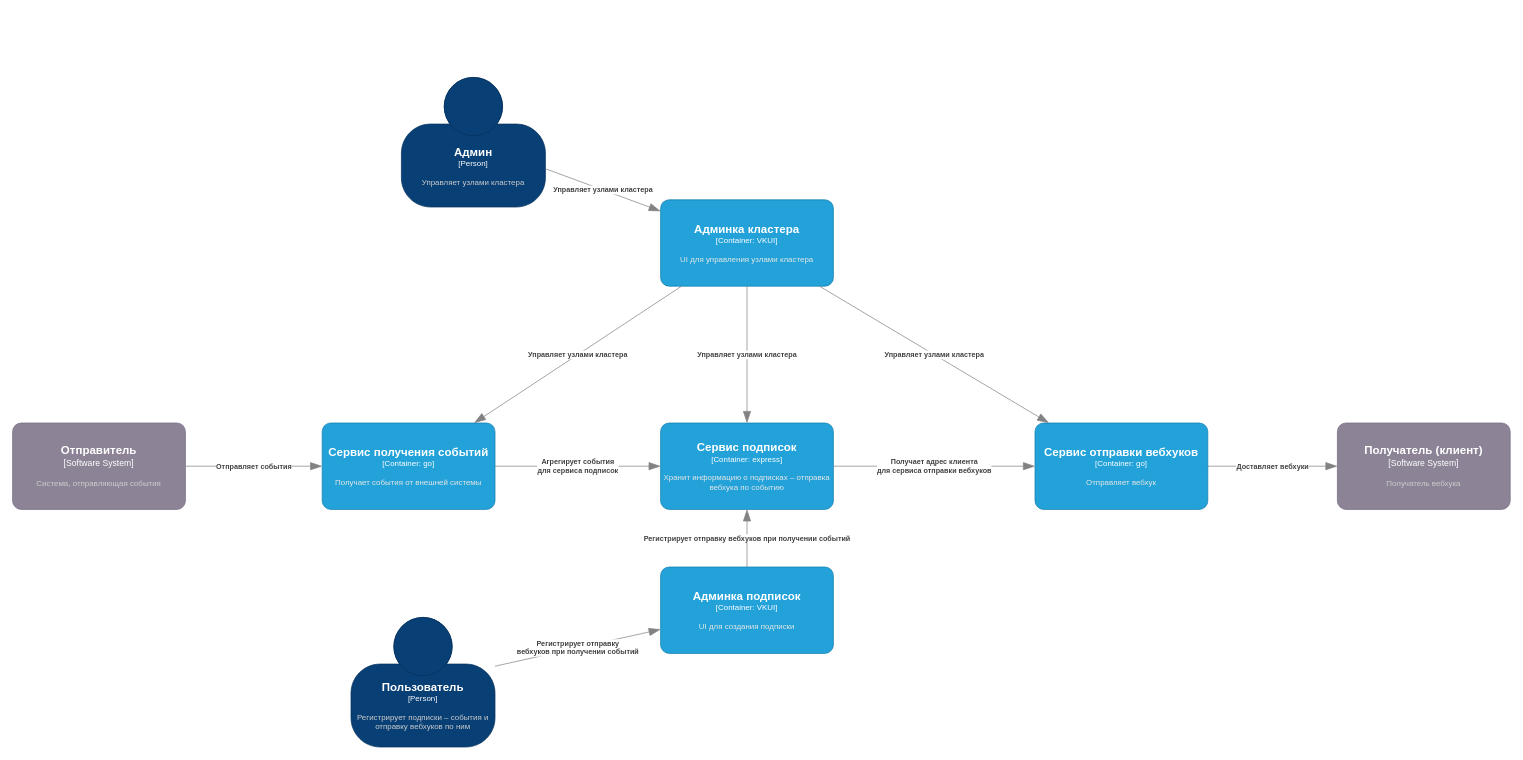
The draw.io diagram docs/container/c4-container.drawio in dws-1-2026-green/wiki, before the edit. Source tidied: cells renumbered, new cells numbered last; positions are measured from the earlier drawing's top-left corner, leaving out a move shared by most shapes. Both pictures are drawn from the tidied source at 72%, with x=0, y=0 at pixel (12, 77).
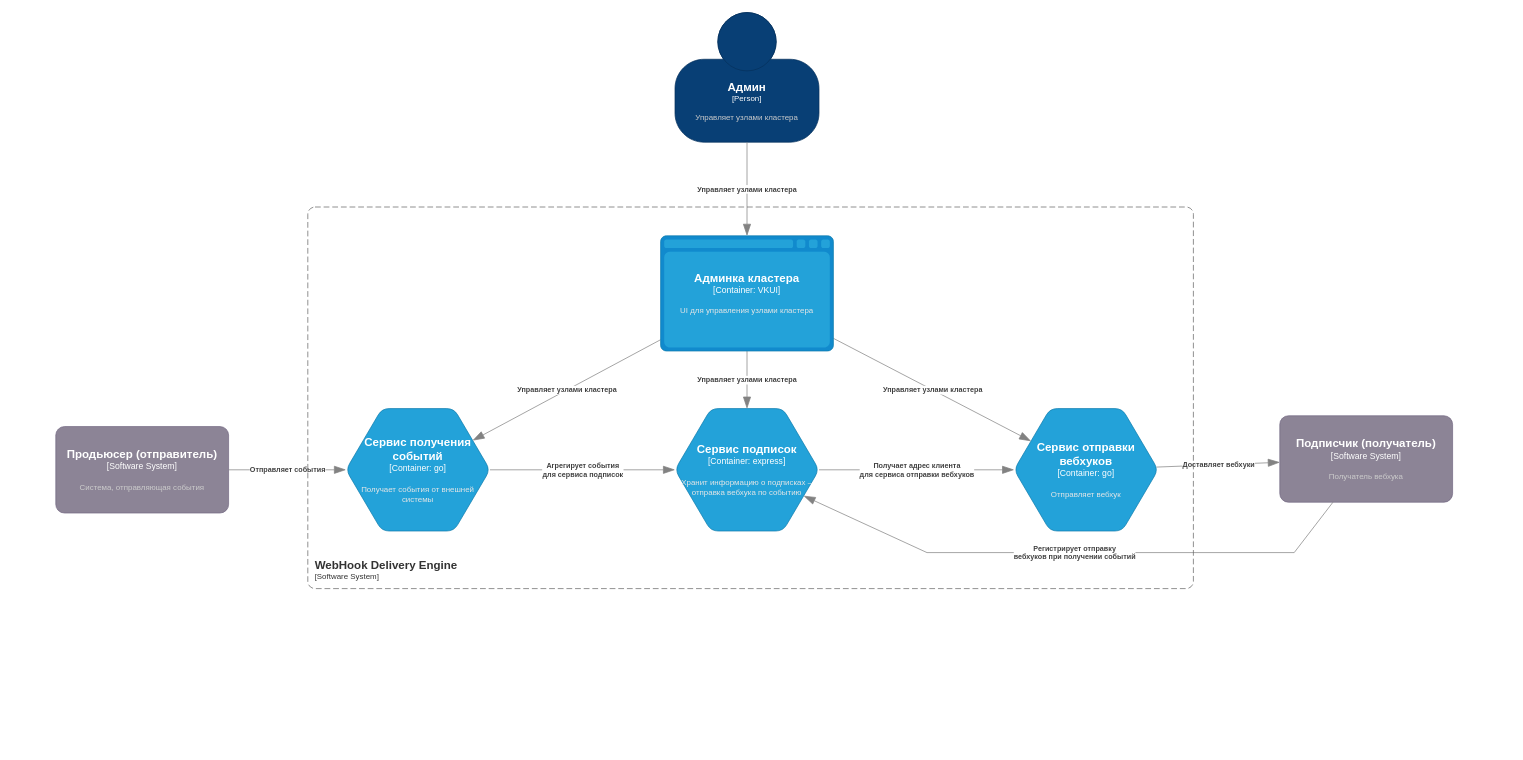
The same page after the edit.

Commit message:
Update C4 Container diagram (#19)

* use apropriate elements for diagram

* remove subscription management ui from system container diagram

* move admin panel into system boundary

The edit, as a diff of the source:
```diff
@@
-    <object id="2" label="&lt;font style=&quot;font-size: 16px&quot;&gt;&lt;b&gt;%c4Name%&lt;/b&gt;&lt;/font&gt;&lt;div&gt;[%c4Type%]&lt;/div&gt;&lt;br&gt;&lt;div&gt;&lt;font style=&quot;font-size: 11px&quot;&gt;&lt;font color=&quot;#cccccc&quot;&gt;%c4Description%&lt;/font&gt;&lt;/div&gt;" c4Description="Регистрирует подписки – события и отправку вебхуков по ним" c4Name="Пользователь" c4Type="Person" placeholders="1">
-      <mxCell style="html=1;fontSize=11;dashed=0;whiteSpace=wrap;fillColor=#083F75;strokeColor=#06315C;fontColor=#ffffff;shape=mxgraph.c4.person2;align=center;points=[[0.5,0,0],[1,0.5,0],[1,0.75,0],[0.75,1,0],[0.5,1,0],[0.25,1,0],[0,0.75,0],[0,0.5,0]];" parent="1" vertex="1">
-        <mxGeometry x="470" y="750" width="200" height="180" as="geometry" />
-      </mxCell>
-    </object>
     <object id="3" label="&lt;font style=&quot;font-size: 16px&quot;&gt;&lt;b&gt;%c4Name%&lt;/b&gt;&lt;/font&gt;&lt;div&gt;[%c4Type%]&lt;/div&gt;&lt;br&gt;&lt;div&gt;&lt;font style=&quot;font-size: 11px&quot;&gt;&lt;font color=&quot;#cccccc&quot;&gt;%c4Description%&lt;/font&gt;&lt;/div&gt;" c4Description="Управляет узлами кластера" c4Name="Админ" c4Type="Person" placeholders="1">
       <mxCell style="html=1;fontSize=11;dashed=0;whiteSpace=wrap;fillColor=#083F75;strokeColor=#06315C;fontColor=#ffffff;shape=mxgraph.c4.person2;align=center;points=[[0.5,0,0],[1,0.5,0],[1,0.75,0],[0.75,1,0],[0.5,1,0],[0.25,1,0],[0,0.75,0],[0,0.5,0]];" parent="1" vertex="1">
-        <mxGeometry x="540" width="200" height="180" as="geometry" />
+        <mxGeometry x="920" y="-90" width="200" height="180" as="geometry" />
       </mxCell>
     </object>
-    <object id="4" label="&lt;font style=&quot;font-size: 16px&quot;&gt;&lt;b&gt;%c4Name%&lt;/b&gt;&lt;/font&gt;&lt;div&gt;[%c4Type%]&lt;/div&gt;&lt;br&gt;&lt;div&gt;&lt;font style=&quot;font-size: 11px&quot;&gt;&lt;font color=&quot;#cccccc&quot;&gt;%c4Description%&lt;/font&gt;&lt;/div&gt;" c4Description="Система, отправляющая события" c4Name="Отправитель" c4Type="Software System" placeholders="1">
+    <object id="4" label="&lt;font style=&quot;font-size: 16px&quot;&gt;&lt;b&gt;%c4Name%&lt;/b&gt;&lt;/font&gt;&lt;div&gt;[%c4Type%]&lt;/div&gt;&lt;br&gt;&lt;div&gt;&lt;font style=&quot;font-size: 11px&quot;&gt;&lt;font color=&quot;#cccccc&quot;&gt;%c4Description%&lt;/font&gt;&lt;/div&gt;" c4Description="Система, отправляющая события" c4Name="Продьюсер (отправитель)" c4Type="Software System" placeholders="1">
       <mxCell style="rounded=1;whiteSpace=wrap;html=1;labelBackgroundColor=none;fillColor=#8C8496;fontColor=#ffffff;align=center;arcSize=10;strokeColor=#736782;points=[[0.25,0,0],[0.5,0,0],[0.75,0,0],[1,0.25,0],[1,0.5,0],[1,0.75,0],[0.75,1,0],[0.5,1,0],[0.25,1,0],[0,0.75,0],[0,0.5,0],[0,0.25,0]];" parent="1" vertex="1">
-        <mxGeometry y="480" width="240" height="120" as="geometry" />
+        <mxGeometry x="60" y="485" width="240" height="120" as="geometry" />
       </mxCell>
     </object>
-    <object id="5" label="&lt;font style=&quot;font-size: 16px&quot;&gt;&lt;b&gt;%c4Name%&lt;/b&gt;&lt;/font&gt;&lt;div&gt;[%c4Type%]&lt;/div&gt;&lt;br&gt;&lt;div&gt;&lt;font style=&quot;font-size: 11px&quot;&gt;&lt;font color=&quot;#cccccc&quot;&gt;%c4Description%&lt;/font&gt;&lt;/div&gt;" c4Description="Получатель вебхука" c4Name="Получатель (клиент)" c4Type="Software System" placeholders="1">
+    <object id="5" label="&lt;font style=&quot;font-size: 16px&quot;&gt;&lt;b&gt;%c4Name%&lt;/b&gt;&lt;/font&gt;&lt;div&gt;[%c4Type%]&lt;/div&gt;&lt;br&gt;&lt;div&gt;&lt;font style=&quot;font-size: 11px&quot;&gt;&lt;font color=&quot;#cccccc&quot;&gt;%c4Description%&lt;/font&gt;&lt;/div&gt;" c4Description="Получатель вебхука" c4Name="Подписчик (получатель)" c4Type="Software System" placeholders="1">
       <mxCell style="rounded=1;whiteSpace=wrap;html=1;labelBackgroundColor=none;fillColor=#8C8496;fontColor=#ffffff;align=center;arcSize=10;strokeColor=#736782;points=[[0.25,0,0],[0.5,0,0],[0.75,0,0],[1,0.25,0],[1,0.5,0],[1,0.75,0],[0.75,1,0],[0.5,1,0],[0.25,1,0],[0,0.75,0],[0,0.5,0],[0,0.25,0]];" parent="1" vertex="1">
-        <mxGeometry x="1840" y="480" width="240" height="120" as="geometry" />
+        <mxGeometry x="1760" y="470" width="240" height="120" as="geometry" />
       </mxCell>
     </object>
@@
     <object id="8" label="&lt;div style=&quot;text-align: left&quot;&gt;&lt;div style=&quot;text-align: center&quot;&gt;&lt;b&gt;%c4Description%&lt;/b&gt;&lt;/div&gt;" c4Description="Регистрирует отправку&#10;вебхуков при получении событий" placeholders="1">
-      <mxCell style="endArrow=blockThin;html=1;fontSize=10;fontColor=#404040;strokeWidth=1;endFill=1;strokeColor=#828282;elbow=vertical;endSize=14;startSize=14;jumpStyle=arc;jumpSize=16;rounded=0;" parent="1" edge="1" source="2" target="13">
-        <mxGeometry relative="1" as="geometry" />
+      <mxCell style="endArrow=blockThin;html=1;fontSize=10;fontColor=#404040;strokeWidth=1;endFill=1;strokeColor=#828282;elbow=vertical;endSize=14;startSize=14;jumpStyle=arc;jumpSize=16;rounded=0;" parent="1" edge="1" source="5" target="11">
+        <mxGeometry relative="1" as="geometry">
+          <Array as="points">
+            <mxPoint x="1780" y="660" />
+            <mxPoint x="1270" y="660" />
+          </Array>
+        </mxGeometry>
       </mxCell>
     </object>
@@
-    <object id="10" label="&lt;font style=&quot;font-size: 16px&quot;&gt;&lt;b&gt;%c4Name%&lt;/b&gt;&lt;/font&gt;&lt;div&gt;[%c4Type%: %c4Technology%]&lt;/div&gt;&lt;br&gt;&lt;div&gt;&lt;font style=&quot;font-size: 11px&quot;&gt;&lt;font color=&quot;#E6E6E6&quot;&gt;%c4Description%&lt;/font&gt;&lt;/div&gt;" c4Description="Получает события от внешней системы" c4Name="Сервис получения событий" c4Technology="go" c4Type="Container" placeholders="1">
-      <mxCell style="rounded=1;whiteSpace=wrap;html=1;fontSize=11;labelBackgroundColor=none;fillColor=#23A2D9;fontColor=#ffffff;align=center;arcSize=10;strokeColor=#0E7DAD;points=[[0.25,0,0],[0.5,0,0],[0.75,0,0],[1,0.25,0],[1,0.5,0],[1,0.75,0],[0.75,1,0],[0.5,1,0],[0.25,1,0],[0,0.75,0],[0,0.5,0],[0,0.25,0]];" parent="1" vertex="1">
-        <mxGeometry x="430" y="480" width="240" height="120" as="geometry" />
-      </mxCell>
-    </object>
-    <object id="11" label="&lt;font style=&quot;font-size: 16px&quot;&gt;&lt;b&gt;%c4Name%&lt;/b&gt;&lt;/font&gt;&lt;div&gt;[%c4Type%: %c4Technology%]&lt;/div&gt;&lt;br&gt;&lt;div&gt;&lt;font style=&quot;font-size: 11px&quot;&gt;&lt;font color=&quot;#E6E6E6&quot;&gt;%c4Description%&lt;/font&gt;&lt;/div&gt;" c4Description="Хранит информацию о подписках – отправка вебхука по событию" c4Name="Сервис подписок" c4Technology="express" c4Type="Container" placeholders="1">
-      <mxCell style="rounded=1;whiteSpace=wrap;html=1;fontSize=11;labelBackgroundColor=none;fillColor=#23A2D9;fontColor=#ffffff;align=center;arcSize=10;strokeColor=#0E7DAD;points=[[0.25,0,0],[0.5,0,0],[0.75,0,0],[1,0.25,0],[1,0.5,0],[1,0.75,0],[0.75,1,0],[0.5,1,0],[0.25,1,0],[0,0.75,0],[0,0.5,0],[0,0.25,0]];" parent="1" vertex="1">
-        <mxGeometry x="900" y="480" width="240" height="120" as="geometry" />
-      </mxCell>
-    </object>
-    <object id="12" label="&lt;font style=&quot;font-size: 16px&quot;&gt;&lt;b&gt;%c4Name%&lt;/b&gt;&lt;/font&gt;&lt;div&gt;[%c4Type%: %c4Technology%]&lt;/div&gt;&lt;br&gt;&lt;div&gt;&lt;font style=&quot;font-size: 11px&quot;&gt;&lt;font color=&quot;#E6E6E6&quot;&gt;%c4Description%&lt;/font&gt;&lt;/div&gt;" c4Description="Отправляет вебхук " c4Name="Сервис отправки вебхуков" c4Technology="go" c4Type="Container" placeholders="1">
-      <mxCell style="rounded=1;whiteSpace=wrap;html=1;fontSize=11;labelBackgroundColor=none;fillColor=#23A2D9;fontColor=#ffffff;align=center;arcSize=10;strokeColor=#0E7DAD;points=[[0.25,0,0],[0.5,0,0],[0.75,0,0],[1,0.25,0],[1,0.5,0],[1,0.75,0],[0.75,1,0],[0.5,1,0],[0.25,1,0],[0,0.75,0],[0,0.5,0],[0,0.25,0]];" parent="1" vertex="1">
-        <mxGeometry x="1420" y="480" width="240" height="120" as="geometry" />
-      </mxCell>
-    </object>
-    <object id="13" label="&lt;font style=&quot;font-size: 16px&quot;&gt;&lt;b&gt;%c4Name%&lt;/b&gt;&lt;/font&gt;&lt;div&gt;[%c4Type%: %c4Technology%]&lt;/div&gt;&lt;br&gt;&lt;div&gt;&lt;font style=&quot;font-size: 11px&quot;&gt;&lt;font color=&quot;#E6E6E6&quot;&gt;%c4Description%&lt;/font&gt;&lt;/div&gt;" c4Description="UI для создания подписки" c4Name="Админка подписок" c4Technology="VKUI" c4Type="Container" placeholders="1">
-      <mxCell style="rounded=1;whiteSpace=wrap;html=1;fontSize=11;labelBackgroundColor=none;fillColor=#23A2D9;fontColor=#ffffff;align=center;arcSize=10;strokeColor=#0E7DAD;points=[[0.25,0,0],[0.5,0,0],[0.75,0,0],[1,0.25,0],[1,0.5,0],[1,0.75,0],[0.75,1,0],[0.5,1,0],[0.25,1,0],[0,0.75,0],[0,0.5,0],[0,0.25,0]];" parent="1" vertex="1">
-        <mxGeometry x="900" y="680" width="240" height="120" as="geometry" />
-      </mxCell>
-    </object>
-    <object id="14" label="&lt;div style=&quot;text-align: left&quot;&gt;&lt;div style=&quot;text-align: center&quot;&gt;&lt;b&gt;%c4Description%&lt;/b&gt;&lt;/div&gt;" c4Description="Регистрирует отправку вебхуков при получении событий" placeholders="1">
-      <mxCell style="endArrow=blockThin;html=1;fontSize=10;fontColor=#404040;strokeWidth=1;endFill=1;strokeColor=#828282;elbow=vertical;endSize=14;startSize=14;jumpStyle=arc;jumpSize=16;rounded=0;" parent="1" edge="1" source="13" target="11">
-        <mxGeometry relative="1" as="geometry" />
-      </mxCell>
-    </object>
-    <object id="15" label="&lt;font style=&quot;font-size: 16px&quot;&gt;&lt;b&gt;%c4Name%&lt;/b&gt;&lt;/font&gt;&lt;div&gt;[%c4Type%: %c4Technology%]&lt;/div&gt;&lt;br&gt;&lt;div&gt;&lt;font style=&quot;font-size: 11px&quot;&gt;&lt;font color=&quot;#E6E6E6&quot;&gt;%c4Description%&lt;/font&gt;&lt;/div&gt;" c4Description="UI для управления узлами кластера" c4Name="Админка кластера" c4Technology="VKUI" c4Type="Container" placeholders="1">
-      <mxCell style="rounded=1;whiteSpace=wrap;html=1;fontSize=11;labelBackgroundColor=none;fillColor=#23A2D9;fontColor=#ffffff;align=center;arcSize=10;strokeColor=#0E7DAD;points=[[0.25,0,0],[0.5,0,0],[0.75,0,0],[1,0.25,0],[1,0.5,0],[1,0.75,0],[0.75,1,0],[0.5,1,0],[0.25,1,0],[0,0.75,0],[0,0.5,0],[0,0.25,0]];" parent="1" vertex="1">
-        <mxGeometry x="900" y="170" width="240" height="120" as="geometry" />
-      </mxCell>
-    </object>
@@
+    <object id="21" label="&lt;font style=&quot;font-size: 16px&quot;&gt;&lt;b&gt;&lt;div style=&quot;text-align: left&quot;&gt;%c4Name%&lt;/div&gt;&lt;/b&gt;&lt;/font&gt;&lt;div style=&quot;text-align: left&quot;&gt;[%c4Application%]&lt;/div&gt;" c4Application="Software System" c4Name="WebHook Delivery Engine" placeholders="1">
+      <mxCell style="rounded=1;fontSize=11;whiteSpace=wrap;html=1;dashed=1;arcSize=20;fillColor=none;strokeColor=#666666;fontColor=#333333;labelBackgroundColor=none;align=left;verticalAlign=bottom;labelBorderColor=none;spacingTop=0;spacing=10;dashPattern=8 4;perimeter=rectanglePerimeter;noLabel=0;labelPadding=0;absoluteArcSize=1;" parent="1" vertex="1">
+        <mxGeometry x="410" y="180" width="1230" height="530" as="geometry" />
+      </mxCell>
+    </object>
+    <object id="15" label="&lt;font style=&quot;font-size: 16px&quot;&gt;&lt;b&gt;%c4Name%&lt;/b&gt;&lt;/font&gt;&lt;div&gt;[%c4Type%:&amp;nbsp;%c4Technology%]&lt;/div&gt;&lt;br&gt;&lt;div&gt;&lt;font style=&quot;font-size: 11px&quot;&gt;&lt;font color=&quot;#E6E6E6&quot;&gt;%c4Description%&lt;/font&gt;&lt;/div&gt;" c4Description="UI для управления узлами кластера" c4Name="Админка кластера" c4Technology="VKUI" c4Type="Container" placeholders="1">
+      <mxCell style="shape=mxgraph.c4.webBrowserContainer2;whiteSpace=wrap;html=1;boundedLbl=1;rounded=0;labelBackgroundColor=none;strokeColor=#118ACD;fillColor=#23A2D9;strokeColor=#118ACD;strokeColor2=#0E7DAD;fontSize=12;fontColor=#ffffff;align=center;points=[[0.5,0,0],[1,0.25,0],[1,0.5,0],[1,0.75,0],[0.5,1,0],[0,0.75,0],[0,0.5,0],[0,0.25,0]];" parent="1" vertex="1">
+        <mxGeometry x="900" y="220" width="240" height="160" as="geometry" />
+      </mxCell>
+    </object>
+    <object id="10" label="&lt;font style=&quot;font-size: 16px&quot;&gt;&lt;b&gt;%c4Name%&lt;/b&gt;&lt;/font&gt;&lt;div&gt;[%c4Type%:&amp;nbsp;%c4Technology%]&lt;/div&gt;&lt;br&gt;&lt;div&gt;&lt;font style=&quot;font-size: 11px&quot;&gt;&lt;font color=&quot;#E6E6E6&quot;&gt;%c4Description%&lt;/font&gt;&lt;/div&gt;" c4Description="Получает события от внешней системы" c4Name="Сервис получения событий" c4Technology="go" c4Type="Container" placeholders="1">
+      <mxCell style="shape=hexagon;size=50;perimeter=hexagonPerimeter2;whiteSpace=wrap;html=1;fixedSize=1;rounded=1;labelBackgroundColor=none;fillColor=#23A2D9;fontSize=12;fontColor=#ffffff;align=center;strokeColor=#0E7DAD;points=[[0.5,0,0],[1,0.25,0],[1,0.5,0],[1,0.75,0],[0.5,1,0],[0,0.75,0],[0,0.5,0],[0,0.25,0]];" parent="1" vertex="1">
+        <mxGeometry x="463" y="460" width="200" height="170" as="geometry" />
+      </mxCell>
+    </object>
+    <object id="11" label="&lt;font style=&quot;font-size: 16px&quot;&gt;&lt;b&gt;%c4Name%&lt;/b&gt;&lt;/font&gt;&lt;div&gt;[%c4Type%:&amp;nbsp;%c4Technology%]&lt;/div&gt;&lt;br&gt;&lt;div&gt;&lt;font style=&quot;font-size: 11px&quot;&gt;&lt;font color=&quot;#E6E6E6&quot;&gt;%c4Description%&lt;/font&gt;&lt;/div&gt;" c4Description="Хранит информацию о подписках – отправка вебхука по событию" c4Name="Сервис подписок" c4Technology="express" c4Type="Container" placeholders="1">
+      <mxCell style="shape=hexagon;size=50;perimeter=hexagonPerimeter2;whiteSpace=wrap;html=1;fixedSize=1;rounded=1;labelBackgroundColor=none;fillColor=#23A2D9;fontSize=12;fontColor=#ffffff;align=center;strokeColor=#0E7DAD;points=[[0.5,0,0],[1,0.25,0],[1,0.5,0],[1,0.75,0],[0.5,1,0],[0,0.75,0],[0,0.5,0],[0,0.25,0]];" parent="1" vertex="1">
+        <mxGeometry x="920" y="460" width="200" height="170" as="geometry" />
+      </mxCell>
+    </object>
+    <object id="12" label="&lt;font style=&quot;font-size: 16px&quot;&gt;&lt;b&gt;%c4Name%&lt;/b&gt;&lt;/font&gt;&lt;div&gt;[%c4Type%:&amp;nbsp;%c4Technology%]&lt;/div&gt;&lt;br&gt;&lt;div&gt;&lt;font style=&quot;font-size: 11px&quot;&gt;&lt;font color=&quot;#E6E6E6&quot;&gt;%c4Description%&lt;/font&gt;&lt;/div&gt;" c4Description="Отправляет вебхук " c4Name="Сервис отправки вебхуков" c4Technology="go" c4Type="Container" placeholders="1">
+      <mxCell style="shape=hexagon;size=50;perimeter=hexagonPerimeter2;whiteSpace=wrap;html=1;fixedSize=1;rounded=1;labelBackgroundColor=none;fillColor=#23A2D9;fontSize=12;fontColor=#ffffff;align=center;strokeColor=#0E7DAD;points=[[0.5,0,0],[1,0.25,0],[1,0.5,0],[1,0.75,0],[0.5,1,0],[0,0.75,0],[0,0.5,0],[0,0.25,0]];" parent="1" vertex="1">
+        <mxGeometry x="1391" y="460" width="200" height="170" as="geometry" />
+      </mxCell>
+    </object>
```
